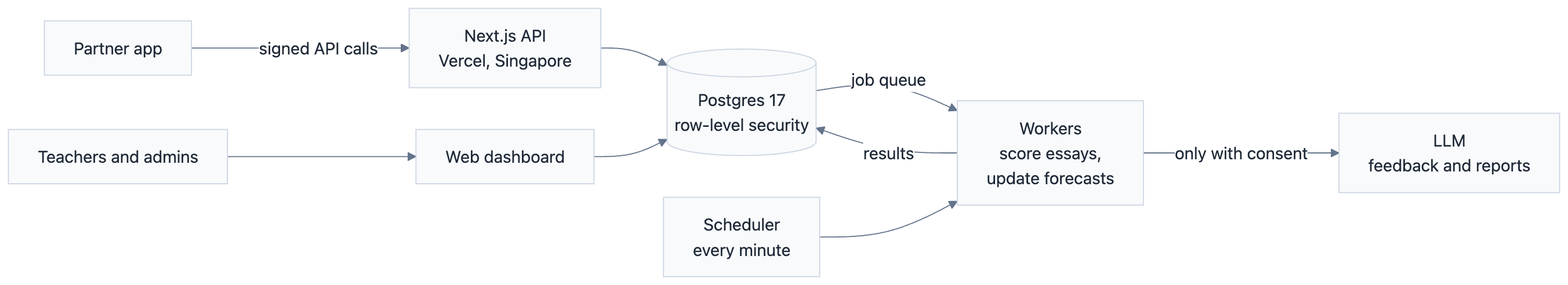
Above: docs/architecture.png in rafidhiyaulh/altimeter (Mermaid), before the change. Its source is kept beside it as docs/architecture.mmd. The source it was exported from:
```mermaid
flowchart LR
  partner[Partner app] -->|signed API calls| api[Next.js API<br/>Vercel, Singapore]
  staff[Teachers and admins] --> web[Web dashboard]
  api --> db[(Postgres 17<br/>row-level security)]
  web --> db
  db -->|job queue| workers[Workers<br/>score essays,<br/>update forecasts]
  cron[Scheduler<br/>every minute] --> workers
  workers -->|results| db
  workers -->|only with consent| llm[LLM<br/>feedback and reports]
```
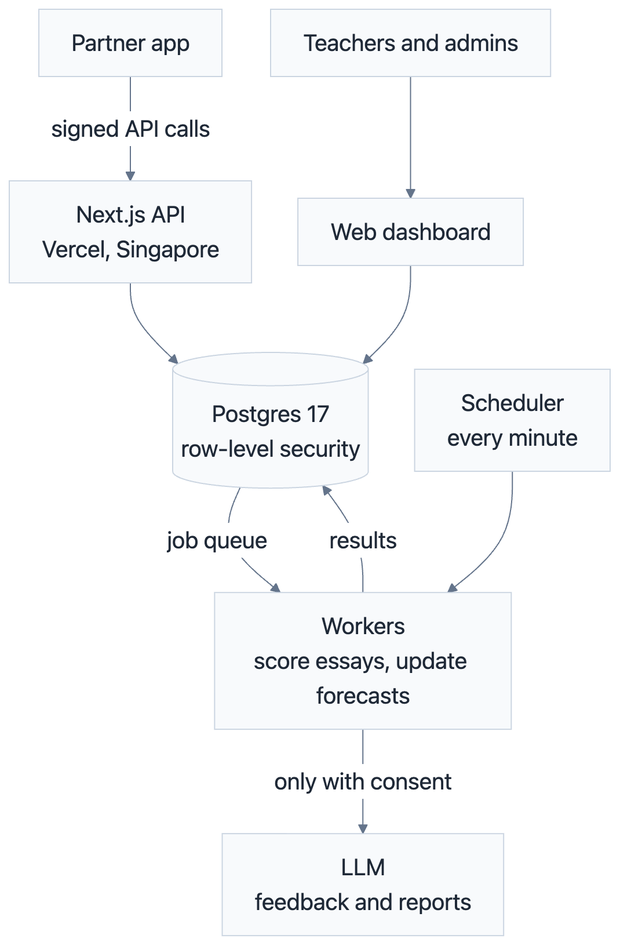
The same diagram one commit later.

Commit message:
README: vertical architecture diagram, readable at README width

Change to the diagram source:
```diff
@@ -1,9 +1,9 @@
-flowchart LR
+flowchart TB
   partner[Partner app] -->|signed API calls| api[Next.js API<br/>Vercel, Singapore]
   staff[Teachers and admins] --> web[Web dashboard]
   api --> db[(Postgres 17<br/>row-level security)]
   web --> db
-  db -->|job queue| workers[Workers<br/>score essays,<br/>update forecasts]
+  db -->|job queue| workers[Workers<br/>score essays, update forecasts]
   cron[Scheduler<br/>every minute] --> workers
   workers -->|results| db
   workers -->|only with consent| llm[LLM<br/>feedback and reports]
```
